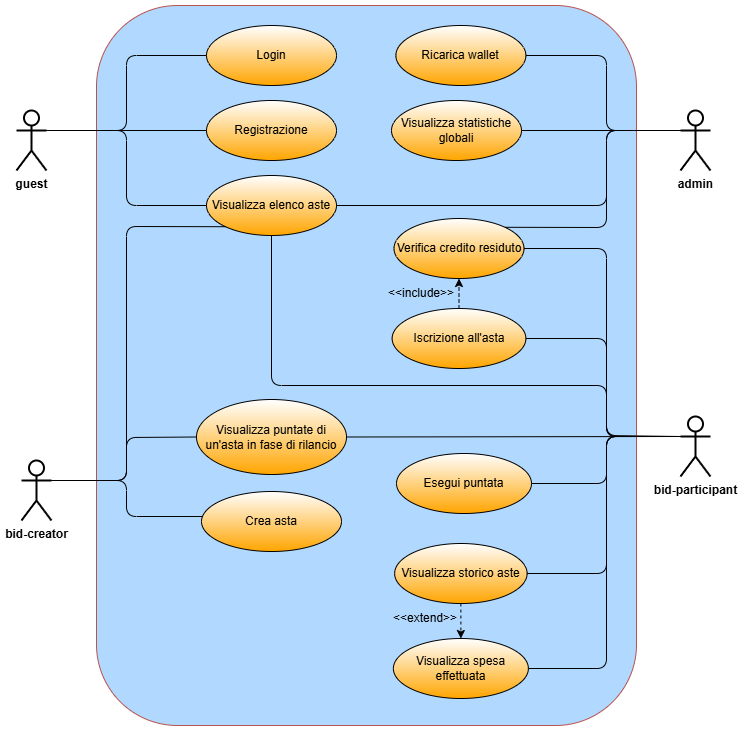
This is documentazione/diagramma_casi_uso.png from Sebastianelli-Nicola/ProgettoPA, a draw.io export, as it was before one commit. Source tidied: cells renumbered, new cells last; positions are measured from the earlier drawing's top-left corner, leaving out a move shared by most shapes. The source it was exported from:
```xml
<mxGraphModel>
  <root>
    <mxCell id="0" />
    <mxCell id="1" parent="0" />
    <mxCell id="2" style="rounded=1;whiteSpace=wrap;html=1;fillColor=#B1D9FF;strokeColor=#b85450;align=left;" parent="1" vertex="1">
      <mxGeometry x="80" width="540" height="720" as="geometry" />
    </mxCell>
    <mxCell id="3" value="admin" style="shape=umlActor;verticalLabelPosition=bottom;verticalAlign=top;html=1;fontStyle=1;strokeWidth=2;" parent="1" vertex="1">
      <mxGeometry x="664" y="105" width="30" height="60" as="geometry" />
    </mxCell>
    <mxCell id="4" value="bid-participant" style="shape=umlActor;verticalLabelPosition=bottom;verticalAlign=top;html=1;fontStyle=1;strokeWidth=2;perimeterSpacing=0;" parent="1" vertex="1">
      <mxGeometry x="664" y="411" width="30" height="60" as="geometry" />
    </mxCell>
    <mxCell id="5" value="bid-creator" style="shape=umlActor;verticalLabelPosition=bottom;verticalAlign=top;html=1;fontStyle=1;strokeWidth=2;" parent="1" vertex="1">
      <mxGeometry x="5" y="455" width="30" height="60" as="geometry" />
    </mxCell>
    <mxCell id="6" value="Visualizza elenco aste" style="ellipse;whiteSpace=wrap;html=1;gradientColor=#FFA500;fontStyle=0;" parent="1" vertex="1">
      <mxGeometry x="190" y="170" width="130" height="60" as="geometry" />
    </mxCell>
    <mxCell id="7" value="Esegui puntata" style="ellipse;whiteSpace=wrap;html=1;gradientColor=#FFA500;fontStyle=0;" parent="1" vertex="1">
      <mxGeometry x="380" y="448" width="135" height="60" as="geometry" />
    </mxCell>
    <mxCell id="8" value="Verifica credito residuto" style="ellipse;whiteSpace=wrap;html=1;gradientColor=#FFA500;fontStyle=0;" parent="1" vertex="1">
      <mxGeometry x="377.5" y="213" width="130" height="60" as="geometry" />
    </mxCell>
    <mxCell id="9" value="Iscrizione all'asta" style="ellipse;whiteSpace=wrap;html=1;gradientColor=#FFA500;fontStyle=0;" parent="1" vertex="1">
      <mxGeometry x="375.6" y="303" width="133.8" height="60" as="geometry" />
    </mxCell>
    <mxCell id="10" value="Crea asta" style="ellipse;whiteSpace=wrap;html=1;gradientColor=#FFA500;fontStyle=0;" parent="1" vertex="1">
      <mxGeometry x="185" y="486" width="140" height="60" as="geometry" />
    </mxCell>
    <mxCell id="11" value="Visualizza storico aste" style="ellipse;whiteSpace=wrap;html=1;gradientColor=#FFA500;fontStyle=0;" parent="1" vertex="1">
      <mxGeometry x="378.1" y="538" width="132.5" height="60" as="geometry" />
    </mxCell>
    <mxCell id="12" value="Ricarica wallet" style="ellipse;whiteSpace=wrap;html=1;gradientColor=#FFA500;fontStyle=0;" parent="1" vertex="1">
      <mxGeometry x="379.4" y="20" width="130" height="60" as="geometry" />
    </mxCell>
    <mxCell id="13" value="Registrazione" style="ellipse;whiteSpace=wrap;html=1;gradientColor=#FFA500;fontStyle=0;" parent="1" vertex="1">
      <mxGeometry x="190" y="95" width="130" height="60" as="geometry" />
    </mxCell>
    <mxCell id="14" value="Visualizza puntate di un'asta in fase di rilancio" style="ellipse;whiteSpace=wrap;html=1;gradientColor=#FFA500;fontStyle=0;" parent="1" vertex="1">
      <mxGeometry x="180" y="394" width="150" height="75" as="geometry" />
    </mxCell>
    <mxCell id="15" value="Login" style="ellipse;whiteSpace=wrap;html=1;gradientColor=#FFA500;fontStyle=0;" parent="1" vertex="1">
      <mxGeometry x="190" y="20" width="130" height="60" as="geometry" />
    </mxCell>
    <mxCell id="16" value="Visualizza statistiche globali" style="ellipse;whiteSpace=wrap;html=1;gradientColor=#FFA500;fontStyle=0;" parent="1" vertex="1">
      <mxGeometry x="375" y="95" width="130" height="60" as="geometry" />
    </mxCell>
    <mxCell id="17" value="guest" style="shape=umlActor;verticalLabelPosition=bottom;verticalAlign=top;html=1;fontStyle=1;strokeWidth=2;" parent="1" vertex="1">
      <mxGeometry y="105" width="30" height="60" as="geometry" />
    </mxCell>
    <mxCell id="18" value="Visualizza spesa effettuata" style="ellipse;whiteSpace=wrap;html=1;gradientColor=#FFA500;fontStyle=0;" parent="1" vertex="1">
      <mxGeometry x="376.9" y="633" width="135" height="60" as="geometry" />
    </mxCell>
    <mxCell id="19" style="endArrow=none;html=1;rounded=1;exitX=1;exitY=0.3333333333333333;exitDx=0;exitDy=0;exitPerimeter=0;entryX=0;entryY=0.5;entryDx=0;entryDy=0;curved=0;" parent="1" edge="1" source="17" target="15">
      <mxGeometry relative="1" as="geometry">
        <Array as="points">
          <mxPoint x="110" y="125" />
          <mxPoint x="110" y="50" />
        </Array>
      </mxGeometry>
    </mxCell>
    <mxCell id="20" style="endArrow=none;html=1;rounded=1;exitX=1;exitY=0.3333333333333333;exitDx=0;exitDy=0;exitPerimeter=0;entryX=0;entryY=0.5;entryDx=0;entryDy=0;curved=0;" parent="1" edge="1" source="17" target="13">
      <mxGeometry relative="1" as="geometry" />
    </mxCell>
    <mxCell id="21" style="endArrow=none;html=1;rounded=1;exitX=1;exitY=0.3333333333333333;exitDx=0;exitDy=0;exitPerimeter=0;entryX=0;entryY=0.5;entryDx=0;entryDy=0;curved=0;" parent="1" edge="1" source="17" target="6">
      <mxGeometry relative="1" as="geometry">
        <Array as="points">
          <mxPoint x="110" y="125" />
          <mxPoint x="110" y="200" />
        </Array>
      </mxGeometry>
    </mxCell>
    <mxCell id="22" style="endArrow=none;html=1;rounded=1;entryX=0;entryY=0.3333333333333333;entryDx=0;entryDy=0;entryPerimeter=0;exitX=1;exitY=0.5;exitDx=0;exitDy=0;curved=0;" parent="1" edge="1" source="16" target="3">
      <mxGeometry relative="1" as="geometry" />
    </mxCell>
    <mxCell id="23" style="endArrow=none;html=1;rounded=1;entryX=0;entryY=0.3333333333333333;entryDx=0;entryDy=0;entryPerimeter=0;exitX=1;exitY=0.5;exitDx=0;exitDy=0;curved=0;" parent="1" edge="1" source="12" target="3">
      <mxGeometry relative="1" as="geometry">
        <Array as="points">
          <mxPoint x="590" y="50" />
          <mxPoint x="590" y="125" />
        </Array>
      </mxGeometry>
    </mxCell>
    <mxCell id="24" style="endArrow=none;html=1;rounded=1;entryX=0;entryY=0.3333333333333333;entryDx=0;entryDy=0;entryPerimeter=0;exitX=1;exitY=0.5;exitDx=0;exitDy=0;curved=0;" parent="1" edge="1" source="8" target="4">
      <mxGeometry relative="1" as="geometry">
        <Array as="points">
          <mxPoint x="590" y="243" />
          <mxPoint x="590" y="430" />
        </Array>
      </mxGeometry>
    </mxCell>
    <mxCell id="25" style="endArrow=none;html=1;rounded=1;entryX=0;entryY=0.3333333333333333;entryDx=0;entryDy=0;entryPerimeter=0;curved=0;exitX=1;exitY=0;exitDx=0;exitDy=0;" parent="1" edge="1" source="8" target="3">
      <mxGeometry relative="1" as="geometry">
        <Array as="points">
          <mxPoint x="590" y="222" />
          <mxPoint x="590" y="125" />
        </Array>
      </mxGeometry>
    </mxCell>
    <mxCell id="26" style="endArrow=none;html=1;rounded=1;entryX=0;entryY=0.3333333333333333;entryDx=0;entryDy=0;entryPerimeter=0;exitX=1;exitY=0.5;exitDx=0;exitDy=0;curved=0;" parent="1" edge="1" source="9" target="4">
      <mxGeometry relative="1" as="geometry">
        <Array as="points">
          <mxPoint x="590" y="333" />
          <mxPoint x="590" y="431" />
        </Array>
      </mxGeometry>
    </mxCell>
    <mxCell id="27" style="endArrow=none;html=1;rounded=1;entryX=0;entryY=0.3333333333333333;entryDx=0;entryDy=0;entryPerimeter=0;exitX=1;exitY=0.5;exitDx=0;exitDy=0;curved=0;" parent="1" edge="1" source="7" target="4">
      <mxGeometry relative="1" as="geometry">
        <Array as="points">
          <mxPoint x="590" y="478" />
          <mxPoint x="590" y="431" />
        </Array>
      </mxGeometry>
    </mxCell>
    <mxCell id="28" style="endArrow=none;html=1;rounded=0;exitX=1;exitY=0.5;exitDx=0;exitDy=0;entryX=0;entryY=0.3333333333333333;entryDx=0;entryDy=0;entryPerimeter=0;" parent="1" edge="1" source="14" target="4">
      <mxGeometry relative="1" as="geometry" />
    </mxCell>
    <mxCell id="29" style="endArrow=classic;html=1;rounded=0;dashed=1;entryX=0.5;entryY=0;entryDx=0;entryDy=0;exitX=0.5;exitY=1;exitDx=0;exitDy=0;" parent="1" edge="1" source="11" target="18">
      <mxGeometry relative="1" as="geometry" />
    </mxCell>
    <mxCell id="30" value="&amp;lt;&amp;lt;extend&amp;gt;&amp;gt;" style="text;html=1;align=center;verticalAlign=middle;whiteSpace=wrap;rounded=0;" parent="1" vertex="1">
      <mxGeometry x="379.4" y="598" width="60" height="30" as="geometry" />
    </mxCell>
    <mxCell id="31" style="endArrow=none;html=1;rounded=1;exitX=1;exitY=0.5;exitDx=0;exitDy=0;curved=0;" parent="1" edge="1" source="11">
      <mxGeometry relative="1" as="geometry">
        <mxPoint x="660" y="431" as="targetPoint" />
        <Array as="points">
          <mxPoint x="590" y="568" />
          <mxPoint x="590" y="431" />
        </Array>
      </mxGeometry>
    </mxCell>
    <mxCell id="32" style="endArrow=none;html=1;rounded=1;entryX=0;entryY=0.3333333333333333;entryDx=0;entryDy=0;entryPerimeter=0;exitX=1;exitY=0.5;exitDx=0;exitDy=0;curved=0;" parent="1" edge="1" source="18" target="4">
      <mxGeometry relative="1" as="geometry">
        <Array as="points">
          <mxPoint x="590" y="663" />
          <mxPoint x="590" y="431" />
        </Array>
      </mxGeometry>
    </mxCell>
    <mxCell id="33" value="&amp;lt;&amp;lt;include&amp;gt;&amp;gt;" style="text;html=1;align=center;verticalAlign=middle;whiteSpace=wrap;rounded=0;" parent="1" vertex="1">
      <mxGeometry x="375" y="273" width="60" height="30" as="geometry" />
    </mxCell>
    <mxCell id="34" style="endArrow=classic;html=1;rounded=0;dashed=1;entryX=0.5;entryY=1;entryDx=0;entryDy=0;exitX=0.5;exitY=0;exitDx=0;exitDy=0;" parent="1" edge="1" source="9" target="8">
      <mxGeometry relative="1" as="geometry" />
    </mxCell>
    <mxCell id="35" style="endArrow=none;html=1;rounded=1;exitX=1;exitY=0.3333333333333333;exitDx=0;exitDy=0;exitPerimeter=0;entryX=0;entryY=0.5;entryDx=0;entryDy=0;curved=0;" parent="1" edge="1" source="5" target="14">
      <mxGeometry relative="1" as="geometry">
        <Array as="points">
          <mxPoint x="110" y="475" />
          <mxPoint x="110" y="432" />
        </Array>
      </mxGeometry>
    </mxCell>
    <mxCell id="36" style="endArrow=none;html=1;rounded=1;exitX=1;exitY=0.3333333333333333;exitDx=0;exitDy=0;exitPerimeter=0;entryX=0.004;entryY=0.417;entryDx=0;entryDy=0;entryPerimeter=0;targetPerimeterSpacing=0;strokeWidth=1;curved=0;" parent="1" edge="1" source="5" target="10">
      <mxGeometry relative="1" as="geometry">
        <Array as="points">
          <mxPoint x="110" y="475" />
          <mxPoint x="110" y="511" />
        </Array>
      </mxGeometry>
    </mxCell>
    <mxCell id="37" style="endArrow=none;html=1;rounded=1;exitX=1;exitY=0.3333333333333333;exitDx=0;exitDy=0;exitPerimeter=0;entryX=0;entryY=1;entryDx=0;entryDy=0;curved=0;" parent="1" edge="1" source="5" target="6">
      <mxGeometry relative="1" as="geometry">
        <Array as="points">
          <mxPoint x="110" y="475" />
          <mxPoint x="110" y="221" />
        </Array>
      </mxGeometry>
    </mxCell>
    <mxCell id="38" style="endArrow=none;html=1;rounded=1;entryX=0;entryY=0.3333333333333333;entryDx=0;entryDy=0;entryPerimeter=0;exitX=0.5;exitY=1;exitDx=0;exitDy=0;curved=0;" parent="1" edge="1" source="6" target="4">
      <mxGeometry relative="1" as="geometry">
        <Array as="points">
          <mxPoint x="255" y="380" />
          <mxPoint x="590" y="380" />
          <mxPoint x="590" y="431" />
        </Array>
      </mxGeometry>
    </mxCell>
    <mxCell id="39" style="endArrow=none;html=1;rounded=1;exitX=1;exitY=0.5;exitDx=0;exitDy=0;entryX=0;entryY=0.3333333333333333;entryDx=0;entryDy=0;entryPerimeter=0;curved=0;" parent="1" edge="1" source="6" target="3">
      <mxGeometry relative="1" as="geometry">
        <Array as="points">
          <mxPoint x="590" y="200" />
          <mxPoint x="590" y="125" />
        </Array>
      </mxGeometry>
    </mxCell>
  </root>
</mxGraphModel>
```
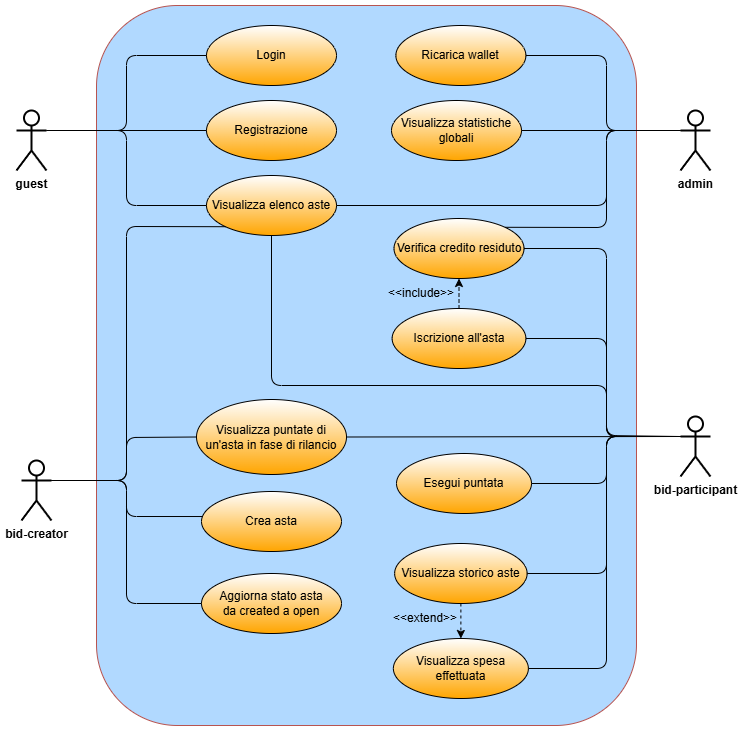
After the commit.

The edit, as a diff of the source:
```diff
@@ -188,5 +188,16 @@
         </Array>
       </mxGeometry>
     </mxCell>
+    <mxCell id="40" value="Aggiorna stato asta&lt;div&gt;da created a open&lt;/div&gt;" style="ellipse;whiteSpace=wrap;html=1;gradientColor=#FFA500;fontStyle=0;" parent="1" vertex="1">
+      <mxGeometry x="185" y="568" width="140" height="60" as="geometry" />
+    </mxCell>
+    <mxCell id="41" style="endArrow=none;html=1;rounded=1;exitX=1;exitY=0.3333333333333333;exitDx=0;exitDy=0;exitPerimeter=0;entryX=0;entryY=0.5;entryDx=0;entryDy=0;curved=0;" parent="1" edge="1" source="5" target="40">
+      <mxGeometry relative="1" as="geometry">
+        <Array as="points">
+          <mxPoint x="110" y="475" />
+          <mxPoint x="110" y="598" />
+        </Array>
+      </mxGeometry>
+    </mxCell>
   </root>
 </mxGraphModel>
```
